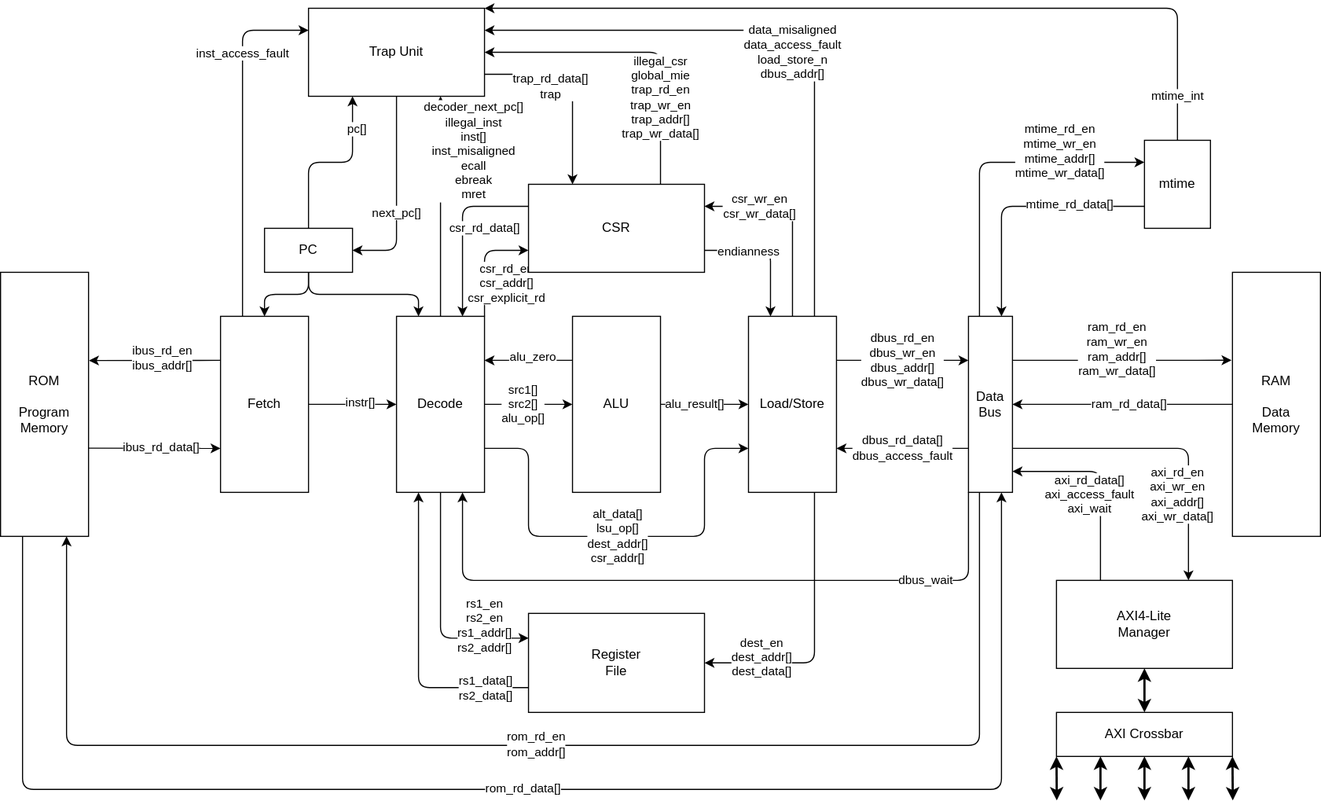
Above: docs/figures/BlockDiagram.drawio.svg in dhad4g/Lexington (draw.io), before the change. Source tidied: cells renumbered, new cells last; positions are measured from the earlier drawing's top-left corner, leaving out a move shared by most shapes.
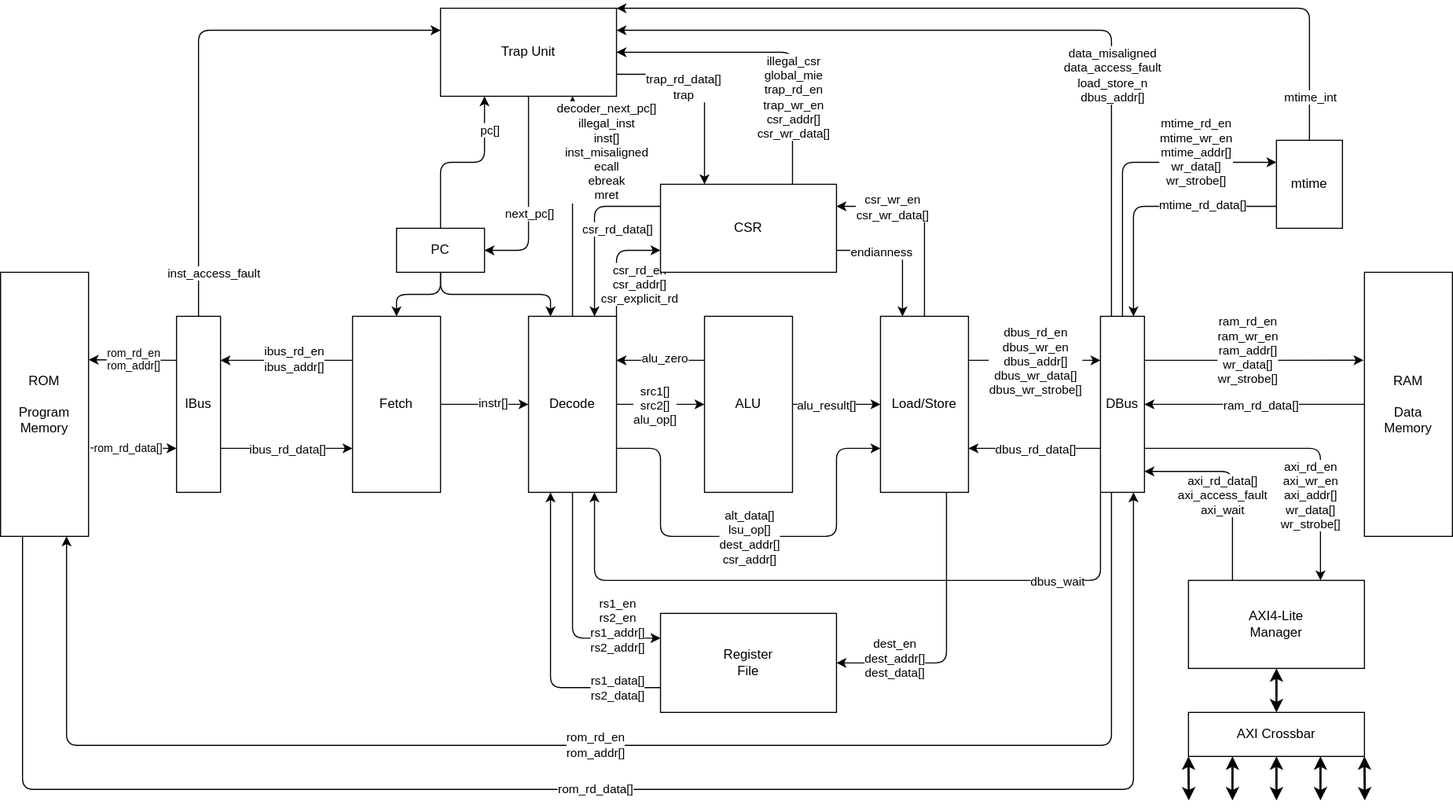
The same diagram one commit later.

The edit, as a diff of the source:
```diff
@@ -2,7 +2,7 @@
   <root>
     <mxCell id="0" />
     <mxCell id="1" parent="0" />
-    <mxCell id="2" style="edgeStyle=none;html=1;exitX=0;exitY=0.25;exitDx=0;exitDy=0;entryX=1.005;entryY=0.334;entryDx=0;entryDy=0;entryPerimeter=0;" parent="1" edge="1" source="10" target="47">
+    <mxCell id="2" style="edgeStyle=none;html=1;exitX=0;exitY=0.25;exitDx=0;exitDy=0;entryX=1;entryY=0.25;entryDx=0;entryDy=0;" parent="1" edge="1" source="10" target="94">
       <mxGeometry relative="1" as="geometry" />
     </mxCell>
     <mxCell id="3" value="ibus_rd_en&lt;br&gt;ibus_addr[]" style="edgeLabel;html=1;align=center;verticalAlign=middle;" parent="2" vertex="1">
@@ -10,12 +10,12 @@
         <mxPoint x="-15" as="offset" />
       </mxGeometry>
     </mxCell>
-    <mxCell id="4" style="edgeStyle=none;html=1;exitX=1.001;exitY=0.666;exitDx=0;exitDy=0;entryX=0;entryY=0.75;entryDx=0;entryDy=0;exitPerimeter=0;" parent="1" edge="1" source="47" target="10">
+    <mxCell id="4" style="edgeStyle=none;html=1;entryX=0;entryY=0.75;entryDx=0;entryDy=0;exitX=1;exitY=0.75;exitDx=0;exitDy=0;" parent="1" edge="1" source="94" target="10">
       <mxGeometry relative="1" as="geometry" />
     </mxCell>
     <mxCell id="5" value="ibus_rd_data[]" style="edgeLabel;html=1;align=center;verticalAlign=middle;" parent="4" vertex="1">
       <mxGeometry x="0.3" y="1" relative="1" as="geometry">
-        <mxPoint x="-12" as="offset" />
+        <mxPoint x="-18" y="1" as="offset" />
       </mxGeometry>
     </mxCell>
     <mxCell id="6" style="edgeStyle=orthogonalEdgeStyle;html=1;exitX=1;exitY=0.5;exitDx=0;exitDy=0;entryX=0;entryY=0.5;entryDx=0;entryDy=0;" parent="1" edge="1" source="10" target="20">
@@ -26,12 +26,12 @@
         <mxPoint x="13" as="offset" />
       </mxGeometry>
     </mxCell>
-    <mxCell id="8" style="edgeStyle=orthogonalEdgeStyle;html=1;exitX=0.25;exitY=0;exitDx=0;exitDy=0;entryX=0;entryY=0.25;entryDx=0;entryDy=0;" parent="1" edge="1" source="10" target="66">
+    <mxCell id="8" style="edgeStyle=orthogonalEdgeStyle;html=1;exitX=0.5;exitY=0;exitDx=0;exitDy=0;entryX=0;entryY=0.25;entryDx=0;entryDy=0;" parent="1" edge="1" source="94" target="66">
       <mxGeometry relative="1" as="geometry" />
     </mxCell>
     <mxCell id="9" value="inst_access_fault" style="edgeLabel;html=1;align=center;verticalAlign=middle;" parent="8" vertex="1">
       <mxGeometry x="0.29" relative="1" as="geometry">
-        <mxPoint y="-34" as="offset" />
+        <mxPoint x="-36" y="220" as="offset" />
       </mxGeometry>
     </mxCell>
     <mxCell id="10" value="Fetch" style="rounded=0;whiteSpace=wrap;html=1;" parent="1" vertex="1">
@@ -89,7 +89,7 @@
     <mxCell id="21" style="edgeStyle=orthogonalEdgeStyle;html=1;exitX=1;exitY=0.25;exitDx=0;exitDy=0;entryX=-0.011;entryY=0.333;entryDx=0;entryDy=0;entryPerimeter=0;" parent="1" edge="1" source="89" target="44">
       <mxGeometry relative="1" as="geometry" />
     </mxCell>
-    <mxCell id="22" value="ram_rd_en&lt;br&gt;ram_wr_en&lt;br&gt;ram_addr[]&lt;br&gt;ram_wr_data[]" style="edgeLabel;html=1;align=center;verticalAlign=middle;" parent="21" vertex="1">
+    <mxCell id="22" value="ram_rd_en&lt;br&gt;ram_wr_en&lt;br&gt;ram_addr[]&lt;br&gt;wr_data[]&lt;br&gt;wr_strobe[]" style="edgeLabel;html=1;align=center;verticalAlign=middle;" parent="21" vertex="1">
       <mxGeometry x="-0.27" y="1" relative="1" as="geometry">
         <mxPoint x="22" y="-9" as="offset" />
       </mxGeometry>
@@ -110,25 +110,25 @@
         <mxPoint x="-15" y="-9" as="offset" />
       </mxGeometry>
     </mxCell>
-    <mxCell id="27" style="edgeStyle=orthogonalEdgeStyle;html=1;exitX=0.75;exitY=0;exitDx=0;exitDy=0;entryX=1;entryY=0.25;entryDx=0;entryDy=0;" parent="1" edge="1" source="43" target="66">
+    <mxCell id="27" style="edgeStyle=orthogonalEdgeStyle;html=1;exitX=0.25;exitY=0;exitDx=0;exitDy=0;entryX=1;entryY=0.25;entryDx=0;entryDy=0;" parent="1" edge="1" source="89" target="66">
       <mxGeometry relative="1" as="geometry" />
     </mxCell>
     <mxCell id="28" value="data_misaligned&lt;br style=&quot;border-color: var(--border-color);&quot;&gt;data_access_fault&lt;br&gt;load_store_n&lt;br&gt;dbus_addr[]" style="edgeLabel;html=1;align=center;verticalAlign=middle;" parent="27" vertex="1">
       <mxGeometry x="0.15" y="1" relative="1" as="geometry">
-        <mxPoint x="41" y="19" as="offset" />
+        <mxPoint x="148" y="39" as="offset" />
       </mxGeometry>
     </mxCell>
     <mxCell id="29" style="edgeStyle=orthogonalEdgeStyle;html=1;exitX=0.25;exitY=1;exitDx=0;exitDy=0;entryX=0.75;entryY=1;entryDx=0;entryDy=0;" parent="1" edge="1" source="89" target="47">
       <mxGeometry relative="1" as="geometry">
         <Array as="points">
           <mxPoint x="890" y="670" />
-          <mxPoint x="60" y="670" />
+          <mxPoint x="-60" y="670" />
         </Array>
       </mxGeometry>
     </mxCell>
     <mxCell id="30" value="rom_rd_en&lt;br&gt;rom_addr[]" style="edgeLabel;html=1;align=center;verticalAlign=middle;" parent="29" vertex="1">
       <mxGeometry x="-0.07" y="-1" relative="1" as="geometry">
-        <mxPoint x="-49" as="offset" />
+        <mxPoint x="-60" as="offset" />
       </mxGeometry>
     </mxCell>
     <mxCell id="31" style="edgeStyle=orthogonalEdgeStyle;html=1;exitX=0.5;exitY=0;exitDx=0;exitDy=0;entryX=1;entryY=0.25;entryDx=0;entryDy=0;" parent="1" edge="1" source="43" target="73">
@@ -142,7 +142,7 @@
     <mxCell id="33" style="edgeStyle=orthogonalEdgeStyle;html=1;exitX=1;exitY=0.75;exitDx=0;exitDy=0;entryX=0.75;entryY=0;entryDx=0;entryDy=0;" parent="1" edge="1" source="89" target="75">
       <mxGeometry relative="1" as="geometry" />
     </mxCell>
-    <mxCell id="34" value="axi_rd_en&lt;br&gt;axi_wr_en&lt;br&gt;axi_addr[]&lt;br&gt;axi_wr_data[]" style="edgeLabel;html=1;align=center;verticalAlign=middle;" parent="33" vertex="1">
+    <mxCell id="34" value="axi_rd_en&lt;br&gt;axi_wr_en&lt;br&gt;axi_addr[]&lt;br&gt;wr_data[]&lt;br&gt;wr_strobe[]" style="edgeLabel;html=1;align=center;verticalAlign=middle;" parent="33" vertex="1">
       <mxGeometry x="0.58" y="3" relative="1" as="geometry">
         <mxPoint x="-13" y="-20" as="offset" />
       </mxGeometry>
@@ -159,10 +159,10 @@
         <mxPoint x="-10" y="8" as="offset" />
       </mxGeometry>
     </mxCell>
-    <mxCell id="37" style="edgeStyle=orthogonalEdgeStyle;html=1;exitX=0.25;exitY=0;exitDx=0;exitDy=0;entryX=0;entryY=0.25;entryDx=0;entryDy=0;strokeWidth=1;startArrow=none;startFill=0;" parent="1" edge="1" source="89" target="86">
+    <mxCell id="37" style="edgeStyle=orthogonalEdgeStyle;html=1;exitX=0.5;exitY=0;exitDx=0;exitDy=0;entryX=0;entryY=0.25;entryDx=0;entryDy=0;strokeWidth=1;startArrow=none;startFill=0;" parent="1" edge="1" source="89" target="86">
       <mxGeometry relative="1" as="geometry" />
     </mxCell>
-    <mxCell id="38" value="mtime_rd_en&lt;br&gt;mtime_wr_en&lt;br&gt;mtime_addr[]&lt;br&gt;mtime_wr_data[]" style="edgeLabel;html=1;align=center;verticalAlign=middle;" parent="37" vertex="1">
+    <mxCell id="38" value="mtime_rd_en&lt;br&gt;mtime_wr_en&lt;br&gt;mtime_addr[]&lt;br&gt;wr_data[]&lt;br&gt;wr_strobe[]" style="edgeLabel;html=1;align=center;verticalAlign=middle;" parent="37" vertex="1">
       <mxGeometry x="0.49" y="1" relative="1" as="geometry">
         <mxPoint x="-3" y="-9" as="offset" />
       </mxGeometry>
@@ -183,7 +183,7 @@
     <mxCell id="41" style="edgeStyle=none;html=1;exitX=1;exitY=0.25;exitDx=0;exitDy=0;entryX=0;entryY=0.25;entryDx=0;entryDy=0;" parent="1" edge="1" source="43" target="89">
       <mxGeometry relative="1" as="geometry" />
     </mxCell>
-    <mxCell id="42" value="dbus_rd_en&lt;br&gt;dbus_wr_en&lt;br&gt;dbus_addr[]&lt;br&gt;dbus_wr_data[]" style="edgeLabel;html=1;align=center;verticalAlign=middle;" parent="41" vertex="1">
+    <mxCell id="42" value="dbus_rd_en&lt;br&gt;dbus_wr_en&lt;br&gt;dbus_addr[]&lt;br&gt;dbus_wr_data[]&lt;br&gt;dbus_wr_strobe[]" style="edgeLabel;html=1;align=center;verticalAlign=middle;" parent="41" vertex="1">
       <mxGeometry x="-0.38" y="-2" relative="1" as="geometry">
         <mxPoint x="23" y="-2" as="offset" />
       </mxGeometry>
@@ -197,18 +197,18 @@
     <mxCell id="45" style="edgeStyle=orthogonalEdgeStyle;html=1;exitX=0.25;exitY=1;exitDx=0;exitDy=0;entryX=0.75;entryY=1;entryDx=0;entryDy=0;" parent="1" edge="1" source="47" target="89">
       <mxGeometry relative="1" as="geometry">
         <Array as="points">
-          <mxPoint x="20" y="710" />
+          <mxPoint x="-100" y="710" />
           <mxPoint x="910" y="710" />
         </Array>
       </mxGeometry>
     </mxCell>
     <mxCell id="46" value="rom_rd_data[]" style="edgeLabel;html=1;align=center;verticalAlign=middle;" parent="45" vertex="1">
       <mxGeometry x="-0.21" y="1" relative="1" as="geometry">
-        <mxPoint x="135" as="offset" />
+        <mxPoint x="152" as="offset" />
       </mxGeometry>
     </mxCell>
     <mxCell id="47" value="ROM&lt;br&gt;&lt;br&gt;Program&lt;br&gt;Memory" style="rounded=0;whiteSpace=wrap;html=1;" parent="1" vertex="1">
-      <mxGeometry y="240" width="80" height="240" as="geometry" />
+      <mxGeometry x="-120" y="240" width="80" height="240" as="geometry" />
     </mxCell>
     <mxCell id="48" style="edgeStyle=orthogonalEdgeStyle;html=1;exitX=0;exitY=0.75;exitDx=0;exitDy=0;entryX=0.25;entryY=1;entryDx=0;entryDy=0;" parent="1" edge="1" source="51" target="20">
       <mxGeometry relative="1" as="geometry">
@@ -294,7 +294,7 @@
     <mxCell id="69" style="edgeStyle=orthogonalEdgeStyle;html=1;exitX=0.75;exitY=0;exitDx=0;exitDy=0;entryX=1;entryY=0.5;entryDx=0;entryDy=0;" parent="1" edge="1" source="73" target="66">
       <mxGeometry relative="1" as="geometry" />
     </mxCell>
-    <mxCell id="70" value="illegal_csr&lt;br&gt;global_mie&lt;br&gt;trap_rd_en&lt;br&gt;trap_wr_en&lt;br&gt;trap_addr[]&lt;br&gt;trap_wr_data[]" style="edgeLabel;html=1;align=center;verticalAlign=middle;" parent="69" vertex="1">
+    <mxCell id="70" value="illegal_csr&lt;br&gt;global_mie&lt;br&gt;trap_rd_en&lt;br&gt;trap_wr_en&lt;br&gt;csr_addr[]&lt;br&gt;csr_wr_data[]" style="edgeLabel;html=1;align=center;verticalAlign=middle;" parent="69" vertex="1">
       <mxGeometry x="-0.35" relative="1" as="geometry">
         <mxPoint y="11" as="offset" />
       </mxGeometry>
@@ -368,13 +368,32 @@
     <mxCell id="87" style="edgeStyle=none;html=1;exitX=0;exitY=0.75;exitDx=0;exitDy=0;entryX=1;entryY=0.75;entryDx=0;entryDy=0;" parent="1" edge="1" source="89" target="43">
       <mxGeometry relative="1" as="geometry" />
     </mxCell>
-    <mxCell id="88" value="dbus_rd_data[]&lt;br&gt;dbus_access_fault" style="edgeLabel;html=1;align=center;verticalAlign=middle;" parent="87" vertex="1">
+    <mxCell id="88" value="dbus_rd_data[]" style="edgeLabel;html=1;align=center;verticalAlign=middle;" parent="87" vertex="1">
       <mxGeometry x="-0.31" relative="1" as="geometry">
         <mxPoint x="-19" as="offset" />
       </mxGeometry>
     </mxCell>
-    <mxCell id="89" value="Data&lt;br&gt;Bus" style="rounded=0;whiteSpace=wrap;html=1;" parent="1" vertex="1">
+    <mxCell id="89" value="DBus" style="rounded=0;whiteSpace=wrap;html=1;" parent="1" vertex="1">
       <mxGeometry x="880" y="280" width="40" height="160" as="geometry" />
     </mxCell>
+    <mxCell id="90" style="edgeStyle=none;html=1;exitX=0;exitY=0.25;exitDx=0;exitDy=0;entryX=1.002;entryY=0.331;entryDx=0;entryDy=0;entryPerimeter=0;" parent="1" edge="1" source="94" target="47">
+      <mxGeometry relative="1" as="geometry" />
+    </mxCell>
+    <mxCell id="91" value="rom_rd_en&lt;br style=&quot;font-size: 10px;&quot;&gt;rom_addr[]" style="edgeLabel;html=1;align=center;verticalAlign=middle;fontSize=10;" parent="90" vertex="1">
+      <mxGeometry x="-0.26" y="-1" relative="1" as="geometry">
+        <mxPoint x="-10" as="offset" />
+      </mxGeometry>
+    </mxCell>
+    <mxCell id="92" style="edgeStyle=none;html=1;exitX=1.023;exitY=0.665;exitDx=0;exitDy=0;entryX=0;entryY=0.75;entryDx=0;entryDy=0;exitPerimeter=0;" parent="1" edge="1" source="47" target="94">
+      <mxGeometry relative="1" as="geometry" />
+    </mxCell>
+    <mxCell id="93" value="rom_rd_data[]" style="edgeLabel;html=1;align=center;verticalAlign=middle;fontSize=10;" parent="92" vertex="1">
+      <mxGeometry x="0.39" relative="1" as="geometry">
+        <mxPoint x="-20" as="offset" />
+      </mxGeometry>
+    </mxCell>
+    <mxCell id="94" value="IBus" style="rounded=0;whiteSpace=wrap;html=1;" parent="1" vertex="1">
+      <mxGeometry x="40" y="280" width="40" height="160" as="geometry" />
+    </mxCell>
   </root>
 </mxGraphModel>
```
